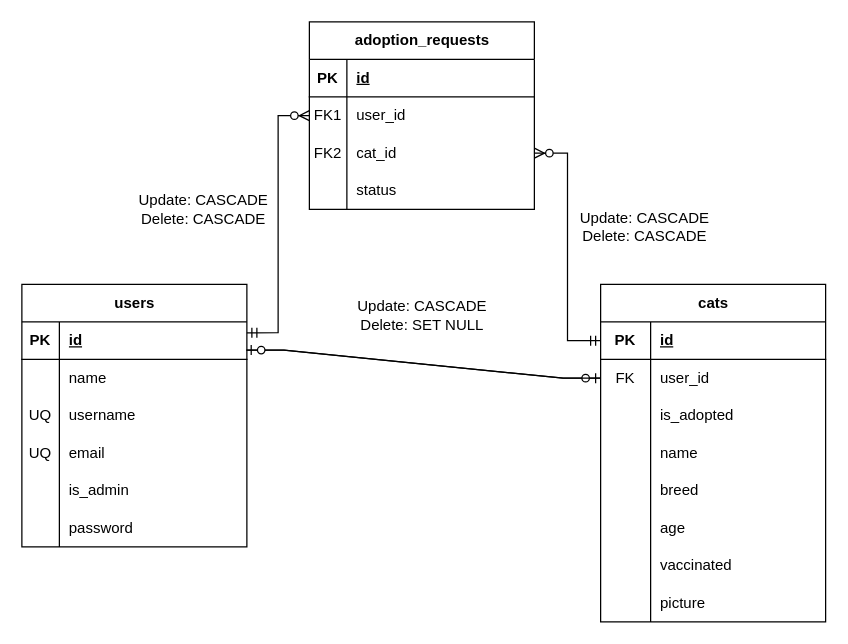
hdz-kevin/cat-adoptions keeps this draw.io diagram as docs/logical-db-design.drawio. Above is the earlier version. Source tidied: cells renumbered, new cells numbered last; positions are measured from the earlier drawing's top-left corner, leaving out a move shared by most shapes. Both pictures are drawn from the tidied source at 125%, with x=0, y=0 at pixel (21, 21).
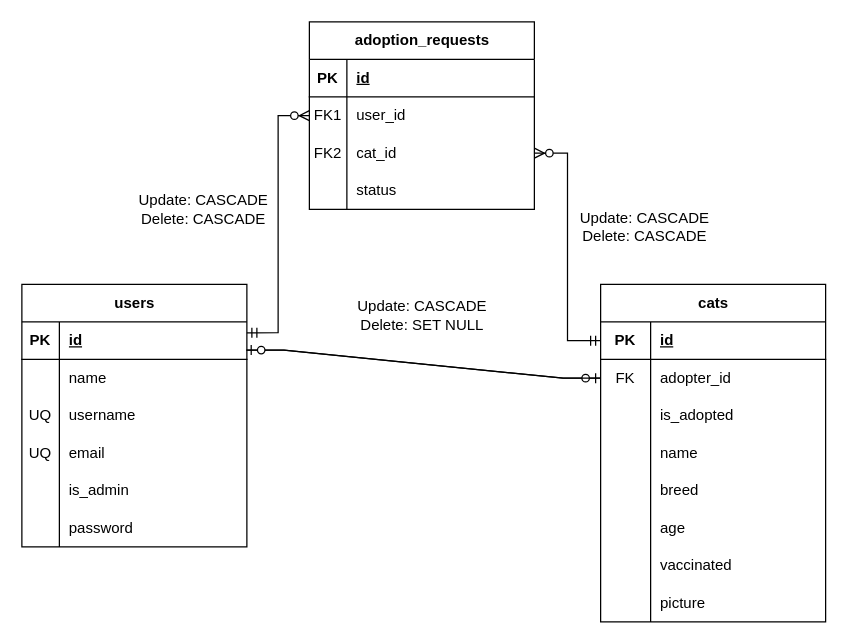
The same diagram, later.

Commit message (it also covers changes not shown here):
change foreign key "user_id" to "adopter_id" for cats

Unchanged cells that the change refers to:
```xml
<mxCell id="25" style="shape=tableRow;horizontal=0;startSize=0;swimlaneHead=0;swimlaneBody=0;fillColor=none;points=[[0,0.5],[1,0.5]];portConstraint=eastwest;top=0;left=0;right=0;bottom=0;" parent="21" vertex="1">
  <mxGeometry y="60" width="180" height="30" as="geometry" />
</mxCell>
```

Change to the diagram source:
```diff
@@
-    <mxCell id="27" value="user_id" style="shape=partialRectangle;fillColor=none;top=0;left=0;bottom=0;right=0;align=left;spacingLeft=6;overflow=hidden;whiteSpace=wrap;html=1;" parent="25" vertex="1">
+    <mxCell id="27" value="adopter_id" style="shape=partialRectangle;fillColor=none;top=0;left=0;bottom=0;right=0;align=left;spacingLeft=6;overflow=hidden;whiteSpace=wrap;html=1;" parent="25" vertex="1">
       <mxGeometry x="40" width="140" height="30" as="geometry" />
     </mxCell>
```
